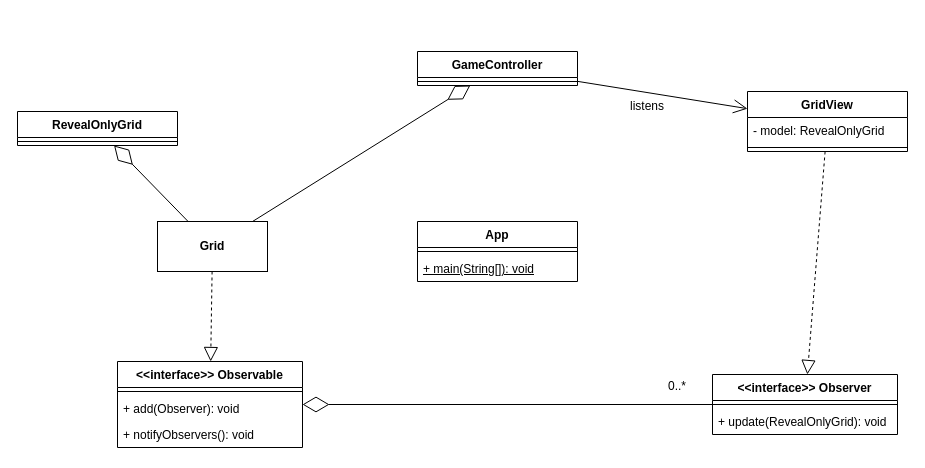
Earlier version of the draw.io diagram specification/architecture.drawio (mgmu/minesweeper). Source tidied: cells renumbered, new cells numbered last; positions are measured from the earlier drawing's top-left corner, leaving out a move shared by most shapes. Both pictures are drawn from the tidied source at 100%, with x=0, y=0 at pixel (17, 51).
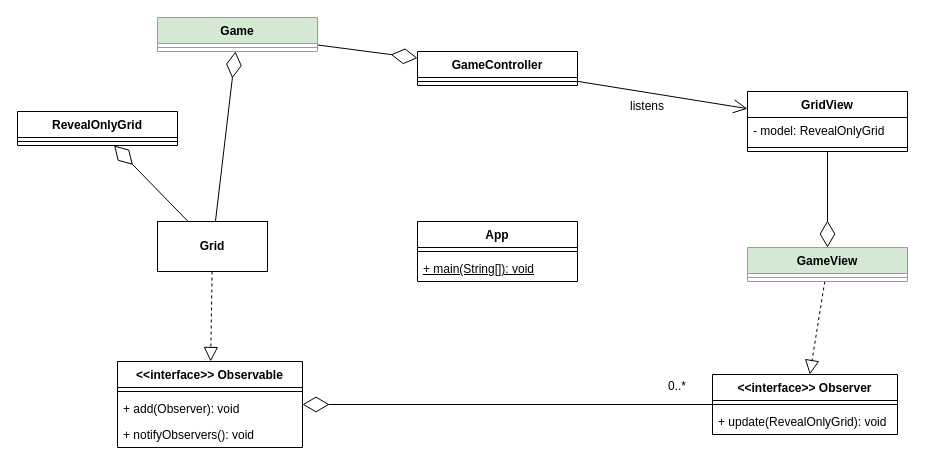
Above is the later version.

Commit message (it also covers changes not shown here):
Add Game class

Unchanged cells that the change refers to:
```xml
<mxCell id="5" value="GameController" style="swimlane;fontStyle=1;align=center;verticalAlign=top;horizontal=1;startSize=26;whiteSpace=wrap;html=1;" parent="1" vertex="1">
  <mxGeometry x="400" width="160" height="34" as="geometry" />
</mxCell>
<mxCell id="7" value="GridView" style="swimlane;fontStyle=1;align=center;verticalAlign=top;horizontal=1;startSize=26;whiteSpace=wrap;html=1;" parent="1" vertex="1">
  <mxGeometry x="730" y="40" width="160" height="60" as="geometry" />
</mxCell>
<mxCell id="12" value="&lt;b&gt;Grid&lt;/b&gt;" style="html=1;whiteSpace=wrap;" parent="1" vertex="1">
  <mxGeometry x="140" y="170" width="110" height="50" as="geometry" />
</mxCell>
<mxCell id="15" value="&amp;lt;&amp;lt;interface&amp;gt;&amp;gt; Observer" style="swimlane;fontStyle=1;align=center;verticalAlign=top;horizontal=1;startSize=26;whiteSpace=wrap;html=1;" parent="1" vertex="1">
  <mxGeometry x="695" y="323" width="185" height="60" as="geometry" />
</mxCell>
```

The edit, as a diff of the source:
```diff
@@
-    <mxCell id="14" style="endArrow=diamondThin;endFill=0;endSize=24;html=1;rounded=0;" parent="1" edge="1" source="12" target="5">
+    <mxCell id="14" style="endArrow=diamondThin;endFill=0;endSize=24;html=1;rounded=0;" parent="1" edge="1" source="31" target="5">
       <mxGeometry relative="1" as="geometry" />
     </mxCell>
@@
-    <mxCell id="27" style="endArrow=block;dashed=1;endFill=0;endSize=12;html=1;rounded=0;" parent="1" edge="1" source="7" target="15">
+    <mxCell id="27" style="endArrow=block;dashed=1;endFill=0;endSize=12;html=1;rounded=0;" parent="1" edge="1" source="28" target="15">
       <mxGeometry relative="1" as="geometry" />
     </mxCell>
+    <mxCell id="28" value="GameView" style="swimlane;fontStyle=1;align=center;verticalAlign=top;horizontal=1;startSize=26;whiteSpace=wrap;html=1;fillColor=#d5e8d4;strokeColor=#82b366;" parent="1" vertex="1">
+      <mxGeometry x="730" y="196" width="160" height="34" as="geometry" />
+    </mxCell>
+    <mxCell id="29" style="line;strokeWidth=1;fillColor=none;align=left;verticalAlign=middle;spacingTop=-1;spacingLeft=3;spacingRight=3;labelPosition=right;strokeColor=inherit;" parent="28" vertex="1">
+      <mxGeometry y="26" width="160" height="8" as="geometry" />
+    </mxCell>
+    <mxCell id="30" style="endArrow=diamondThin;endFill=0;endSize=24;html=1;rounded=0;" parent="1" edge="1" source="7" target="28">
+      <mxGeometry relative="1" as="geometry" />
+    </mxCell>
+    <mxCell id="31" value="Game" style="swimlane;fontStyle=1;align=center;verticalAlign=top;horizontal=1;startSize=26;whiteSpace=wrap;html=1;fillColor=#d5e8d4;strokeColor=#82b366;" parent="1" vertex="1">
+      <mxGeometry x="140" y="-34" width="160" height="34" as="geometry" />
+    </mxCell>
+    <mxCell id="32" style="line;strokeWidth=1;fillColor=none;align=left;verticalAlign=middle;spacingTop=-1;spacingLeft=3;spacingRight=3;labelPosition=right;strokeColor=inherit;" parent="31" vertex="1">
+      <mxGeometry y="26" width="160" height="8" as="geometry" />
+    </mxCell>
+    <mxCell id="33" style="endArrow=diamondThin;endFill=0;endSize=24;html=1;rounded=0;" parent="1" edge="1" source="12" target="31">
+      <mxGeometry relative="1" as="geometry" />
+    </mxCell>
```
